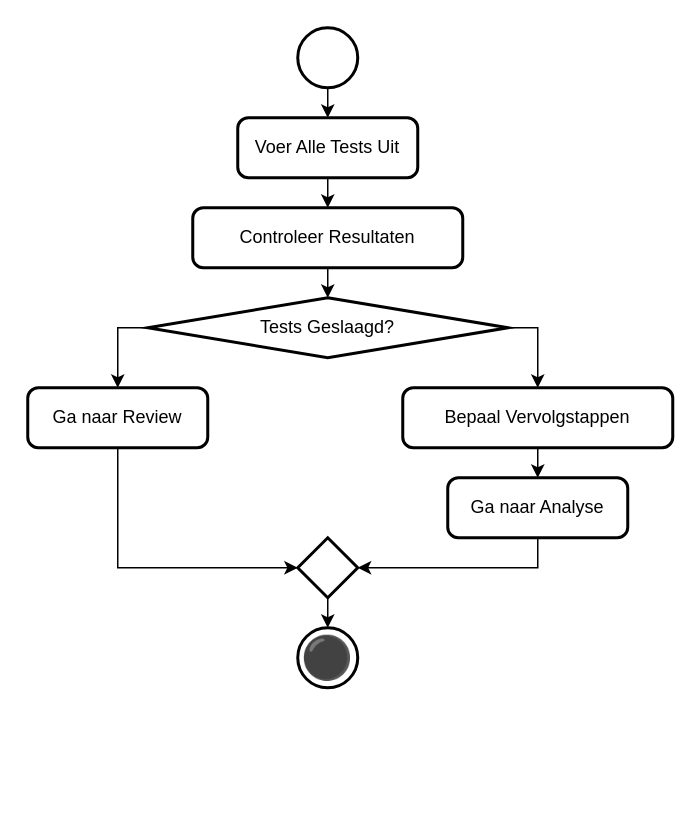
This is 5 Issue Tracker test.drawio from Zaibatsu89/IssueTracker, a draw.io file, before an edit. Source tidied: cells renumbered, new cells numbered last; positions are measured from the earlier drawing's top-left corner, leaving out a move shared by most shapes. Both pictures are drawn from the tidied source at 150%, with x=0, y=0 at pixel (27, 27).
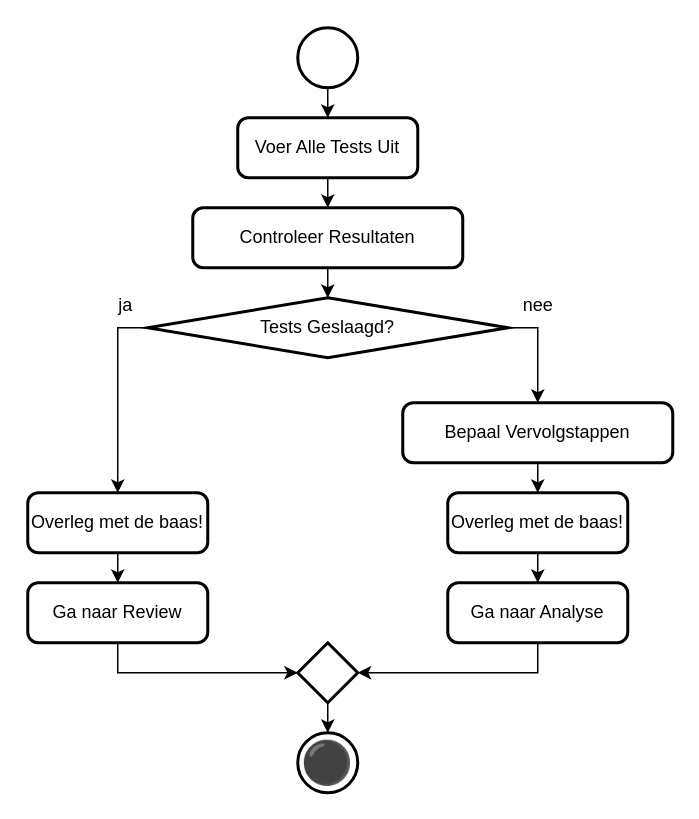
Above is the later version.

The change refers to these unchanged cells:
```xml
<mxCell id="9" value="Tests Geslaagd?" style="strokeWidth=2;html=1;shape=mxgraph.flowchart.decision;whiteSpace=wrap;" parent="1" vertex="1">
  <mxGeometry x="80" y="180" width="240" height="40" as="geometry" />
</mxCell>
```

Change to the diagram source:
```diff
@@
-    <mxCell id="7" style="edgeStyle=orthogonalEdgeStyle;rounded=0;jettySize=auto;html=1;exitX=0;exitY=0.5;exitDx=0;exitDy=0;exitPerimeter=0;entryX=0.5;entryY=0;entryDx=0;entryDy=0;" parent="1" edge="1" source="9" target="11">
-      <mxGeometry relative="1" as="geometry" />
-    </mxCell>
@@
+    <mxCell id="20" style="edgeStyle=orthogonalEdgeStyle;rounded=0;jettySize=auto;html=1;exitX=0;exitY=0.5;exitDx=0;exitDy=0;exitPerimeter=0;entryX=0.5;entryY=0;entryDx=0;entryDy=0;" parent="1" edge="1" source="9" target="25">
+      <mxGeometry relative="1" as="geometry" />
+    </mxCell>
@@
     <mxCell id="11" value="Ga naar Review" style="rounded=1;whiteSpace=wrap;html=1;absoluteArcSize=1;arcSize=14;strokeWidth=2;" parent="1" vertex="1">
-      <mxGeometry y="240" width="120" height="40" as="geometry" />
+      <mxGeometry y="370" width="120" height="40" as="geometry" />
     </mxCell>
-    <mxCell id="12" style="edgeStyle=orthogonalEdgeStyle;rounded=0;jettySize=auto;html=1;exitX=0.5;exitY=1;exitDx=0;exitDy=0;entryX=0.5;entryY=0;entryDx=0;entryDy=0;" parent="1" edge="1" source="13" target="14">
-      <mxGeometry relative="1" as="geometry" />
-    </mxCell>
+    <mxCell id="21" style="edgeStyle=orthogonalEdgeStyle;rounded=0;jettySize=auto;html=1;exitX=0.5;exitY=1;exitDx=0;exitDy=0;entryX=0.5;entryY=0;entryDx=0;entryDy=0;" parent="1" edge="1" source="13" target="27">
+      <mxGeometry relative="1" as="geometry" />
+    </mxCell>
     <mxCell id="13" value="Bepaal Vervolgstappen" style="rounded=1;whiteSpace=wrap;html=1;absoluteArcSize=1;arcSize=14;strokeWidth=2;" parent="1" vertex="1">
-      <mxGeometry x="250" y="240" width="180" height="40" as="geometry" />
+      <mxGeometry x="250" y="250" width="180" height="40" as="geometry" />
     </mxCell>
     <mxCell id="14" value="Ga naar Analyse" style="rounded=1;whiteSpace=wrap;html=1;absoluteArcSize=1;arcSize=14;strokeWidth=2;" parent="1" vertex="1">
-      <mxGeometry x="280" y="300" width="120" height="40" as="geometry" />
+      <mxGeometry x="280" y="370" width="120" height="40" as="geometry" />
     </mxCell>
     <mxCell id="15" style="strokeWidth=2;html=1;shape=mxgraph.flowchart.decision;whiteSpace=wrap;" parent="1" vertex="1">
-      <mxGeometry x="180" y="340" width="40" height="40" as="geometry" />
+      <mxGeometry x="180" y="410" width="40" height="40" as="geometry" />
     </mxCell>
@@
     <mxCell id="18" value="⚫" style="strokeWidth=2;html=1;shape=mxgraph.flowchart.start_2;whiteSpace=wrap;fontSize=28;" parent="1" vertex="1">
-      <mxGeometry x="180" y="400" width="40" height="40" as="geometry" />
+      <mxGeometry x="180" y="470" width="40" height="40" as="geometry" />
     </mxCell>
@@
+    <mxCell id="22" value="ja" style="text;html=1;align=center;verticalAlign=middle;strokeColor=none;fillColor=none;" parent="1" vertex="1">
+      <mxGeometry x="50" y="170" width="30" height="30" as="geometry" />
+    </mxCell>
+    <mxCell id="23" value="nee" style="text;html=1;align=center;verticalAlign=middle;strokeColor=none;fillColor=none;" parent="1" vertex="1">
+      <mxGeometry x="320" y="170" width="40" height="30" as="geometry" />
+    </mxCell>
+    <mxCell id="24" style="edgeStyle=orthogonalEdgeStyle;rounded=0;jettySize=auto;html=1;exitX=0.5;exitY=1;exitDx=0;exitDy=0;entryX=0.5;entryY=0;entryDx=0;entryDy=0;" parent="1" edge="1" source="25" target="11">
+      <mxGeometry relative="1" as="geometry" />
+    </mxCell>
+    <mxCell id="25" value="Overleg met de baas!" style="rounded=1;whiteSpace=wrap;html=1;absoluteArcSize=1;arcSize=14;strokeWidth=2;" parent="1" vertex="1">
+      <mxGeometry y="310" width="120" height="40" as="geometry" />
+    </mxCell>
+    <mxCell id="26" style="edgeStyle=orthogonalEdgeStyle;rounded=0;jettySize=auto;html=1;exitX=0.5;exitY=1;exitDx=0;exitDy=0;entryX=0.5;entryY=0;entryDx=0;entryDy=0;" parent="1" edge="1" source="27" target="14">
+      <mxGeometry relative="1" as="geometry" />
+    </mxCell>
+    <mxCell id="27" value="Overleg met de baas!" style="rounded=1;whiteSpace=wrap;html=1;absoluteArcSize=1;arcSize=14;strokeWidth=2;" parent="1" vertex="1">
+      <mxGeometry x="280" y="310" width="120" height="40" as="geometry" />
+    </mxCell>
```
